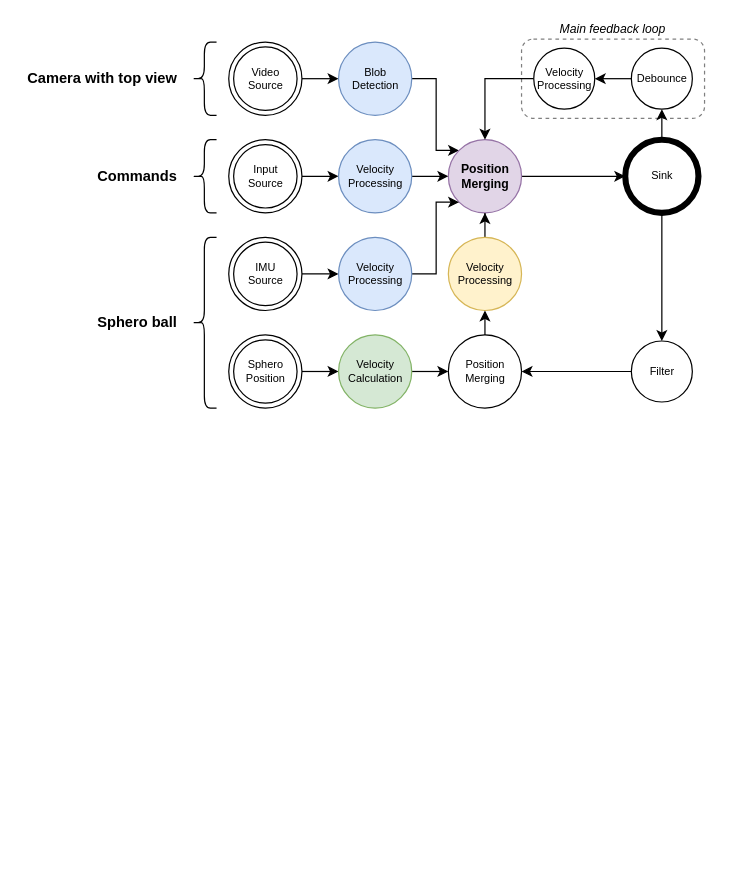
Before: page "Pagina-5" (5 of 9) of slides/fosdem2022/images/example.drawio in OpenHPS/openhps.org, a draw.io diagram. Source tidied: cells renumbered, new cells numbered last; positions are measured from the earlier drawing's top-left corner, leaving out a move shared by most shapes. Both pictures are drawn from the tidied source at 122%, with x=0, y=0 at pixel (21, 39).
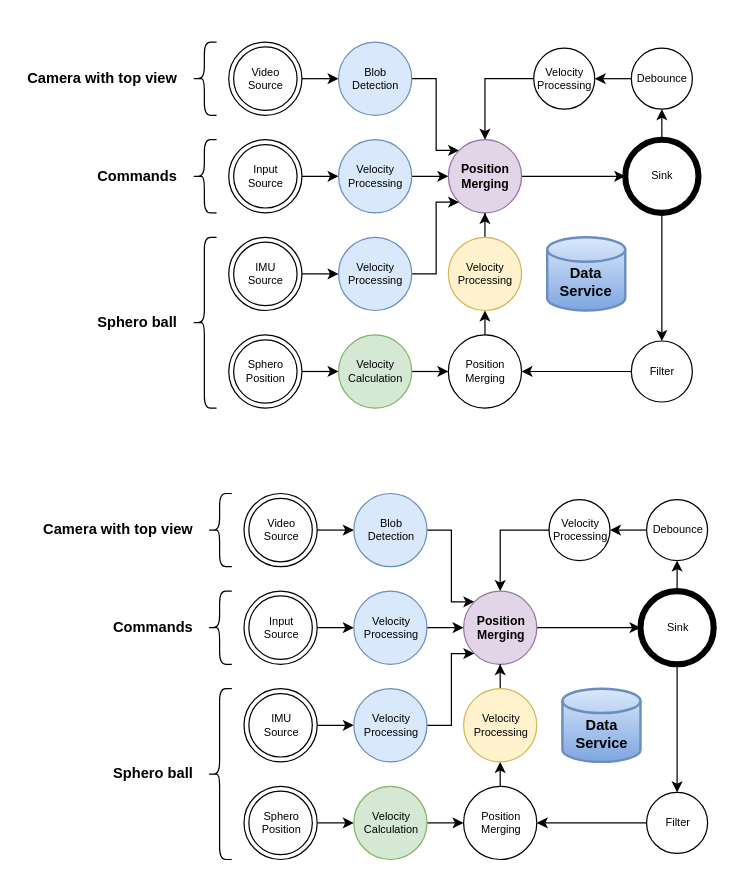
The same diagram, later.

Change to the diagram source:
```diff
@@
-    <mxCell id="2" value="Main feedback loop" style="rounded=1;whiteSpace=wrap;html=1;fontSize=10;fillColor=none;dashed=1;strokeWidth=1;opacity=50;labelPosition=center;verticalLabelPosition=top;align=center;verticalAlign=bottom;fontStyle=2;" parent="1" vertex="1">
-      <mxGeometry x="410" y="-0.5" width="150" height="65" as="geometry" />
-    </mxCell>
@@
+    <mxCell id="40" value="&lt;br&gt;Data&lt;br&gt;Service" style="strokeWidth=2;html=1;shape=mxgraph.flowchart.database;whiteSpace=wrap;gradientColor=#7ea6e0;fillColor=#dae8fc;strokeColor=#6c8ebf;fontStyle=1;" parent="1" vertex="1">
+      <mxGeometry x="431" y="162" width="64" height="60" as="geometry" />
+    </mxCell>
+    <mxCell id="41" style="edgeStyle=orthogonalEdgeStyle;rounded=0;jettySize=auto;html=1;exitX=1;exitY=0.5;exitDx=0;exitDy=0;entryX=0;entryY=0.5;entryDx=0;entryDy=0;strokeColor=#000000;fontSize=8;fontColor=#000000;" parent="1" edge="1" source="42" target="61">
+      <mxGeometry relative="1" as="geometry" />
+    </mxCell>
+    <mxCell id="42" value="Sphero&lt;br style=&quot;font-size: 9px;&quot;&gt;Position" style="ellipse;shape=doubleEllipse;html=1;dashed=0;whitespace=wrap;fontSize=9;" parent="1" vertex="1">
+      <mxGeometry x="182.5" y="612" width="60" height="60" as="geometry" />
+    </mxCell>
+    <mxCell id="43" style="edgeStyle=orthogonalEdgeStyle;rounded=0;jettySize=auto;html=1;entryX=0;entryY=0.5;entryDx=0;entryDy=0;fontSize=9;" parent="1" edge="1" source="44">
+      <mxGeometry relative="1" as="geometry">
+        <mxPoint x="272.5" y="402" as="targetPoint" />
+      </mxGeometry>
+    </mxCell>
+    <mxCell id="44" value="Video&lt;br style=&quot;font-size: 9px;&quot;&gt;Source" style="ellipse;shape=doubleEllipse;html=1;dashed=0;whitespace=wrap;fontSize=9;" parent="1" vertex="1">
+      <mxGeometry x="182.5" y="372" width="60" height="60" as="geometry" />
+    </mxCell>
+    <mxCell id="45" style="edgeStyle=orthogonalEdgeStyle;rounded=0;jettySize=auto;html=1;exitX=1;exitY=0.5;exitDx=0;exitDy=0;entryX=0;entryY=0;entryDx=0;entryDy=0;strokeColor=#000000;fontSize=10;fontColor=#000000;" parent="1" edge="1" source="46" target="48">
+      <mxGeometry relative="1" as="geometry">
+        <Array as="points">
+          <mxPoint x="352.5" y="402" />
+          <mxPoint x="352.5" y="461" />
+        </Array>
+      </mxGeometry>
+    </mxCell>
+    <mxCell id="46" value="Blob&lt;br style=&quot;font-size: 9px;&quot;&gt;Detection" style="shape=ellipse;html=1;whitespace=wrap;perimeter=ellipsePerimeter;fontSize=9;fillColor=#dae8fc;strokeColor=#6c8ebf;" parent="1" vertex="1">
+      <mxGeometry x="272.5" y="372" width="60" height="60" as="geometry" />
+    </mxCell>
+    <mxCell id="47" style="edgeStyle=orthogonalEdgeStyle;rounded=0;jettySize=auto;html=1;entryX=0;entryY=0.5;entryDx=0;entryDy=0;" parent="1" edge="1" source="48" target="59">
+      <mxGeometry relative="1" as="geometry" />
+    </mxCell>
+    <mxCell id="48" value="Position&lt;br style=&quot;font-size: 10px&quot;&gt;Merging" style="shape=ellipse;html=1;whitespace=wrap;perimeter=ellipsePerimeter;fontSize=10;fillColor=#e1d5e7;strokeColor=#9673a6;fontStyle=1;" parent="1" vertex="1">
+      <mxGeometry x="362.5" y="452" width="60" height="60" as="geometry" />
+    </mxCell>
+    <mxCell id="49" style="edgeStyle=orthogonalEdgeStyle;rounded=0;jettySize=auto;html=1;entryX=0;entryY=0.5;entryDx=0;entryDy=0;fontSize=9;" parent="1" edge="1" source="50" target="52">
+      <mxGeometry relative="1" as="geometry" />
+    </mxCell>
+    <mxCell id="50" value="IMU&lt;br style=&quot;font-size: 9px;&quot;&gt;Source" style="ellipse;shape=doubleEllipse;html=1;dashed=0;whitespace=wrap;fontSize=9;" parent="1" vertex="1">
+      <mxGeometry x="182.5" y="532" width="60" height="60" as="geometry" />
+    </mxCell>
+    <mxCell id="51" style="edgeStyle=orthogonalEdgeStyle;rounded=0;jettySize=auto;html=1;entryX=0;entryY=1;entryDx=0;entryDy=0;fontSize=8;fontColor=#000000;" parent="1" edge="1" source="52" target="48">
+      <mxGeometry relative="1" as="geometry">
+        <Array as="points">
+          <mxPoint x="352.5" y="562" />
+          <mxPoint x="352.5" y="503" />
+        </Array>
+      </mxGeometry>
+    </mxCell>
+    <mxCell id="52" value="Velocity&lt;br&gt;Processing" style="shape=ellipse;html=1;whitespace=wrap;perimeter=ellipsePerimeter;fontSize=9;fillColor=#dae8fc;strokeColor=#6c8ebf;" parent="1" vertex="1">
+      <mxGeometry x="272.5" y="532" width="60" height="60" as="geometry" />
+    </mxCell>
+    <mxCell id="53" style="edgeStyle=orthogonalEdgeStyle;rounded=0;jettySize=auto;html=1;entryX=0;entryY=0.5;entryDx=0;entryDy=0;fontSize=9;" parent="1" edge="1" source="54" target="56">
+      <mxGeometry relative="1" as="geometry" />
+    </mxCell>
+    <mxCell id="54" value="Input&lt;br style=&quot;font-size: 9px;&quot;&gt;Source" style="ellipse;shape=doubleEllipse;html=1;dashed=0;whitespace=wrap;fontSize=9;" parent="1" vertex="1">
+      <mxGeometry x="182.5" y="452" width="60" height="60" as="geometry" />
+    </mxCell>
+    <mxCell id="55" style="edgeStyle=orthogonalEdgeStyle;rounded=0;jettySize=auto;html=1;entryX=0;entryY=0.5;entryDx=0;entryDy=0;" parent="1" edge="1" source="56" target="48">
+      <mxGeometry relative="1" as="geometry" />
+    </mxCell>
+    <mxCell id="56" value="Velocity&lt;br&gt;Processing" style="shape=ellipse;html=1;whitespace=wrap;perimeter=ellipsePerimeter;fontSize=9;fillColor=#dae8fc;strokeColor=#6c8ebf;" parent="1" vertex="1">
+      <mxGeometry x="272.5" y="452" width="60" height="60" as="geometry" />
+    </mxCell>
+    <mxCell id="57" style="edgeStyle=orthogonalEdgeStyle;rounded=0;jettySize=auto;html=1;exitX=0.5;exitY=1;exitDx=0;exitDy=0;entryX=0.5;entryY=0;entryDx=0;entryDy=0;strokeColor=#000000;fontSize=8;fontColor=#000000;" parent="1" edge="1" source="59" target="71">
+      <mxGeometry relative="1" as="geometry" />
+    </mxCell>
+    <mxCell id="58" style="edgeStyle=orthogonalEdgeStyle;rounded=0;jettySize=auto;html=1;exitX=0.5;exitY=0;exitDx=0;exitDy=0;entryX=0.5;entryY=1;entryDx=0;entryDy=0;strokeColor=#000000;fontSize=8;fontColor=#000000;" parent="1" edge="1" source="59" target="67">
+      <mxGeometry relative="1" as="geometry" />
+    </mxCell>
+    <mxCell id="59" value="Sink" style="shape=ellipse;html=1;dashed=0;whitespace=wrap;strokeWidth=5;perimeter=ellipsePerimeter;fontSize=9;" parent="1" vertex="1">
+      <mxGeometry x="507.5" y="452" width="60" height="60" as="geometry" />
+    </mxCell>
+    <mxCell id="60" style="edgeStyle=orthogonalEdgeStyle;rounded=0;jettySize=auto;html=1;exitX=1;exitY=0.5;exitDx=0;exitDy=0;entryX=0;entryY=0.5;entryDx=0;entryDy=0;" parent="1" edge="1" source="61" target="69">
+      <mxGeometry relative="1" as="geometry" />
+    </mxCell>
+    <mxCell id="61" value="Velocity&lt;br&gt;Calculation" style="shape=ellipse;html=1;whitespace=wrap;perimeter=ellipsePerimeter;fontSize=9;fillColor=#d5e8d4;strokeColor=#82b366;" parent="1" vertex="1">
+      <mxGeometry x="272.5" y="612" width="60" height="60" as="geometry" />
+    </mxCell>
+    <mxCell id="62" style="edgeStyle=orthogonalEdgeStyle;rounded=0;jettySize=auto;html=1;entryX=0.5;entryY=1;entryDx=0;entryDy=0;" parent="1" edge="1" source="63" target="48">
+      <mxGeometry relative="1" as="geometry" />
+    </mxCell>
+    <mxCell id="63" value="Velocity&lt;br&gt;Processing" style="shape=ellipse;html=1;whitespace=wrap;perimeter=ellipsePerimeter;fontSize=9;fillColor=#fff2cc;strokeColor=#d6b656;" parent="1" vertex="1">
+      <mxGeometry x="362.5" y="532" width="60" height="60" as="geometry" />
+    </mxCell>
+    <mxCell id="64" style="edgeStyle=orthogonalEdgeStyle;rounded=0;jettySize=auto;html=1;exitX=0;exitY=0.5;exitDx=0;exitDy=0;entryX=0.5;entryY=0;entryDx=0;entryDy=0;strokeColor=#000000;fontSize=10;fontColor=#000000;flowAnimation=0;" parent="1" edge="1" source="65" target="48">
+      <mxGeometry relative="1" as="geometry" />
+    </mxCell>
+    <mxCell id="65" value="Velocity&lt;br style=&quot;font-size: 9px;&quot;&gt;Processing" style="shape=ellipse;html=1;whitespace=wrap;perimeter=ellipsePerimeter;fontSize=9;" parent="1" vertex="1">
+      <mxGeometry x="432.5" y="377" width="50" height="50" as="geometry" />
+    </mxCell>
+    <mxCell id="66" style="edgeStyle=orthogonalEdgeStyle;curved=1;rounded=0;jettySize=auto;html=1;exitX=0;exitY=0.5;exitDx=0;exitDy=0;entryX=1;entryY=0.5;entryDx=0;entryDy=0;" parent="1" edge="1" source="67" target="65">
+      <mxGeometry relative="1" as="geometry" />
+    </mxCell>
+    <mxCell id="67" value="Debounce" style="shape=ellipse;html=1;whitespace=wrap;perimeter=ellipsePerimeter;fontSize=9;" parent="1" vertex="1">
+      <mxGeometry x="512.5" y="377" width="50" height="50" as="geometry" />
+    </mxCell>
+    <mxCell id="68" style="edgeStyle=orthogonalEdgeStyle;rounded=0;jettySize=auto;html=1;exitX=0.5;exitY=0;exitDx=0;exitDy=0;entryX=0.5;entryY=1;entryDx=0;entryDy=0;" parent="1" edge="1" source="69" target="63">
+      <mxGeometry relative="1" as="geometry" />
+    </mxCell>
+    <mxCell id="69" value="Position&lt;br style=&quot;font-size: 9px&quot;&gt;Merging" style="shape=ellipse;html=1;whitespace=wrap;perimeter=ellipsePerimeter;fontSize=9;" parent="1" vertex="1">
+      <mxGeometry x="362.5" y="612" width="60" height="60" as="geometry" />
+    </mxCell>
+    <mxCell id="70" style="edgeStyle=orthogonalEdgeStyle;rounded=0;jettySize=auto;html=1;exitX=0;exitY=0.5;exitDx=0;exitDy=0;entryX=1;entryY=0.5;entryDx=0;entryDy=0;" parent="1" edge="1" source="71" target="69">
+      <mxGeometry relative="1" as="geometry" />
+    </mxCell>
+    <mxCell id="71" value="Filter" style="shape=ellipse;html=1;whitespace=wrap;perimeter=ellipsePerimeter;fontSize=9;" parent="1" vertex="1">
+      <mxGeometry x="512.5" y="617" width="50" height="50" as="geometry" />
+    </mxCell>
+    <mxCell id="72" style="shape=curlyBracket;whiteSpace=wrap;html=1;rounded=1;" parent="1" vertex="1">
+      <mxGeometry x="152.5" y="532" width="20" height="140" as="geometry" />
+    </mxCell>
+    <mxCell id="73" style="shape=curlyBracket;whiteSpace=wrap;html=1;rounded=1;" parent="1" vertex="1">
+      <mxGeometry x="152.5" y="372" width="20" height="60" as="geometry" />
+    </mxCell>
+    <mxCell id="74" style="shape=curlyBracket;whiteSpace=wrap;html=1;rounded=1;" parent="1" vertex="1">
+      <mxGeometry x="152.5" y="452" width="20" height="60" as="geometry" />
+    </mxCell>
+    <mxCell id="75" value="Camera with top view" style="text;html=1;strokeColor=none;fillColor=none;align=right;verticalAlign=middle;whiteSpace=wrap;rounded=0;fontStyle=1;" parent="1" vertex="1">
+      <mxGeometry x="12.5" y="387" width="130" height="30" as="geometry" />
+    </mxCell>
+    <mxCell id="76" value="Commands" style="text;html=1;strokeColor=none;fillColor=none;align=right;verticalAlign=middle;whiteSpace=wrap;rounded=0;fontStyle=1;" parent="1" vertex="1">
+      <mxGeometry x="12.5" y="467" width="130" height="30" as="geometry" />
+    </mxCell>
+    <mxCell id="77" value="Sphero ball" style="text;html=1;strokeColor=none;fillColor=none;align=right;verticalAlign=middle;whiteSpace=wrap;rounded=0;fontStyle=1;" parent="1" vertex="1">
+      <mxGeometry x="12.5" y="587" width="130" height="30" as="geometry" />
+    </mxCell>
+    <mxCell id="78" value="&lt;br&gt;Data&lt;br&gt;Service" style="strokeWidth=2;html=1;shape=mxgraph.flowchart.database;whiteSpace=wrap;gradientColor=#7ea6e0;fillColor=#dae8fc;strokeColor=#6c8ebf;fontStyle=1;" parent="1" vertex="1">
+      <mxGeometry x="443.5" y="532" width="64" height="60" as="geometry" />
+    </mxCell>
```
